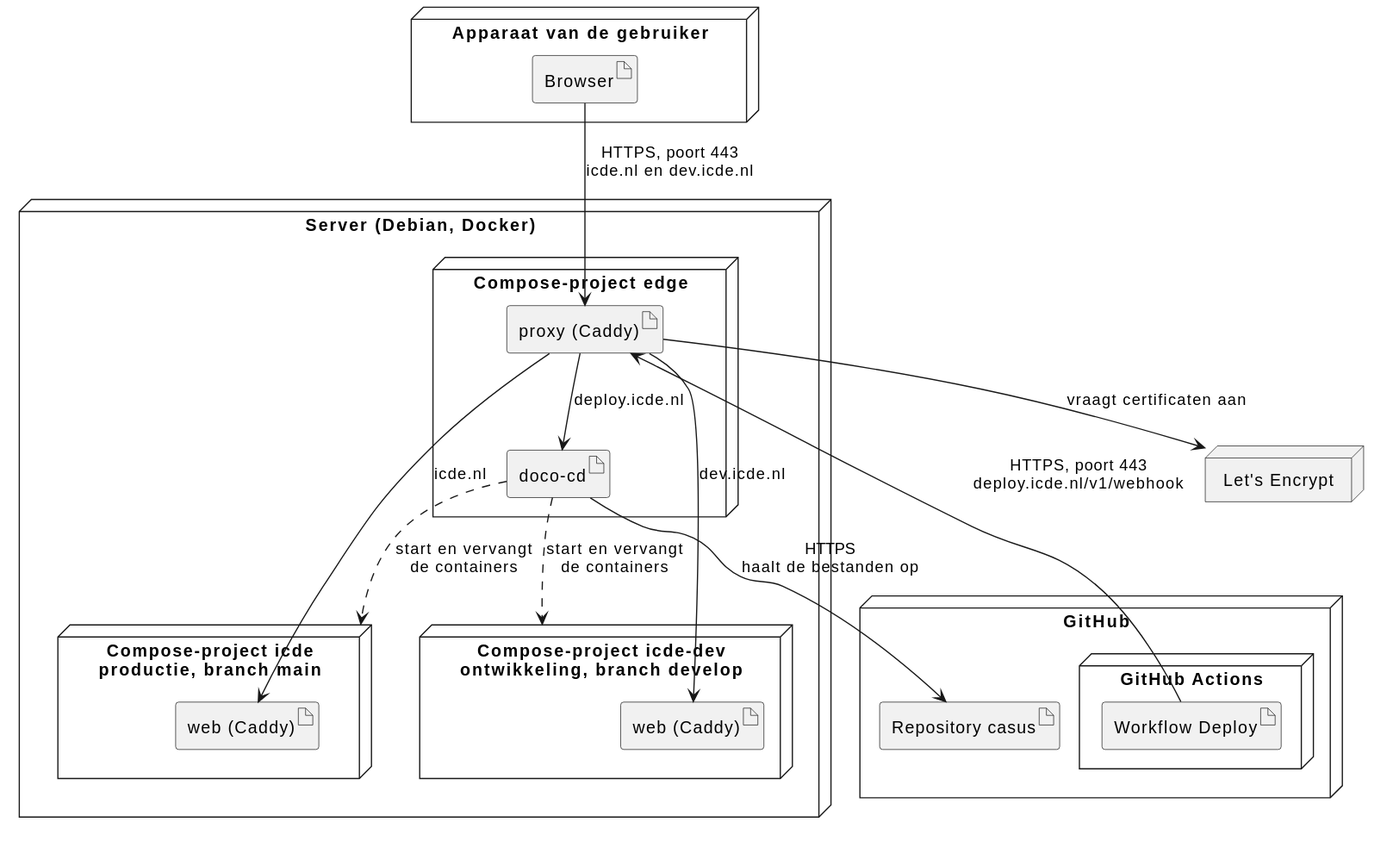
Before: docs/diagrams/uitrol-deployment.svg, a diagram exported from PlantUML (HAN-Craftsmanship-KL-JJG/casus).
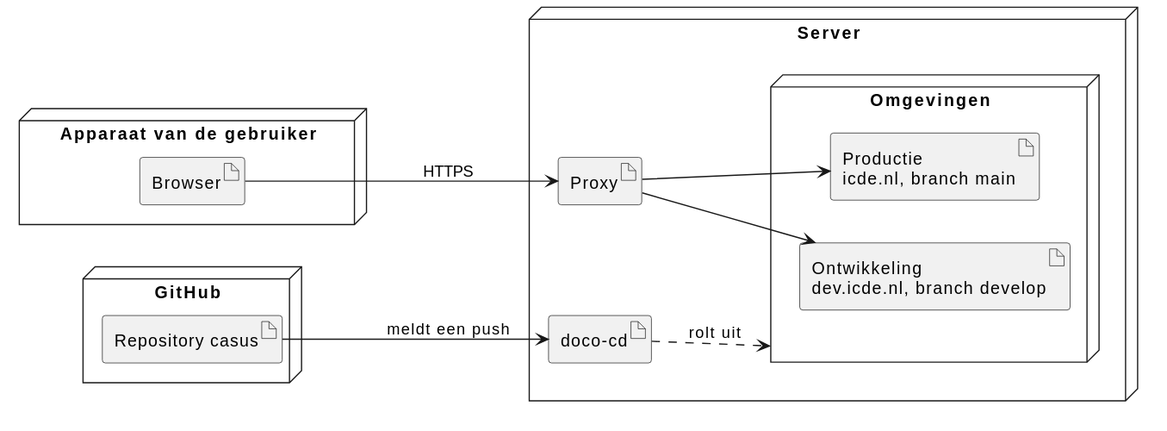
After the change.

Commit message:
docs: simplify the deployment diagrams

What changed in the source:
```diff
@@ -2,6 +2,7 @@
 skinparam style strictuml
 skinparam shadowing false
 skinparam defaultFontName Helvetica
+left to right direction
 
 node "Apparaat van de gebruiker" as client {
   artifact Browser
@@ -9,33 +10,20 @@
 
 node GitHub as github {
   artifact "Repository casus" as repo
-  node "GitHub Actions" as actions {
-    artifact "Workflow Deploy" as workflow
+}
+
+node Server as server {
+  artifact Proxy as proxy
+  artifact "doco-cd" as dococd
+  node Omgevingen as envs {
+    artifact "Productie\nicde.nl, branch main" as prod
+    artifact "Ontwikkeling\ndev.icde.nl, branch develop" as devenv
   }
 }
 
-node "Server (Debian, Docker)" as server {
-  node "Compose-project edge" as edge {
-    artifact "proxy (Caddy)" as proxy
-    artifact "doco-cd" as dococd
-  }
-  node "Compose-project icde\nproductie, branch main" as icde {
-    artifact "web (Caddy)" as web
-  }
-  node "Compose-project icde-dev\nontwikkeling, branch develop" as icdedev {
-    artifact "web (Caddy)" as webdev
-  }
-}
-
-node "Let's Encrypt" as le
-
-Browser --> proxy : HTTPS, poort 443\nicde.nl en dev.icde.nl
-workflow --> proxy : HTTPS, poort 443\ndeploy.icde.nl/v1/webhook
-proxy --> web : icde.nl
-proxy --> webdev : dev.icde.nl
-proxy --> dococd : deploy.icde.nl
-dococd --> repo : HTTPS\nhaalt de bestanden op
-dococd ..> icde : start en vervangt\nde containers
-dococd ..> icdedev : start en vervangt\nde containers
-proxy --> le : vraagt certificaten aan
+Browser --> proxy : HTTPS
+proxy --> prod
+proxy --> devenv
+repo --> dococd : meldt een push
+dococd ..> envs : rolt uit
 @enduml
```
